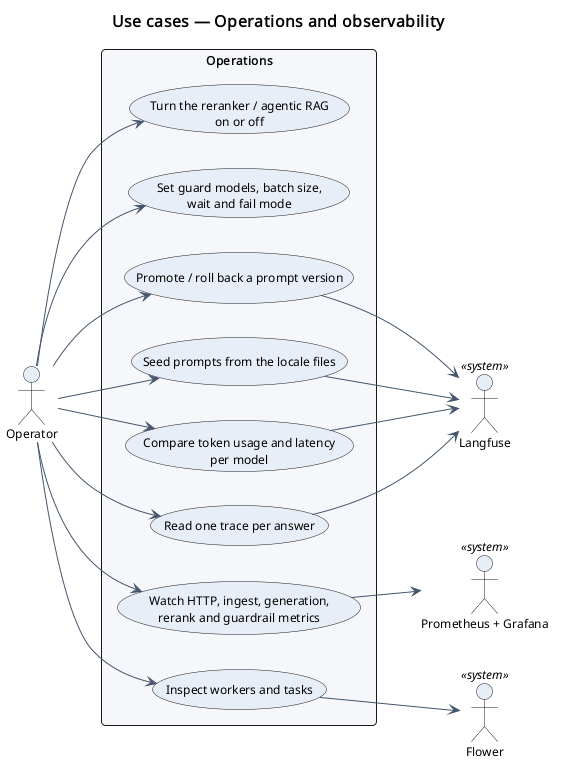
Before: software_engineering/2_use_case_diagrams/operations.png, a diagram exported from PlantUML (omarTBakr/notebookllm-minus). The source it was exported from:
```plantuml
@startuml
!include ../_style.iuml
left to right direction
title Use cases — Operations and observability

actor Operator as operator
actor "Langfuse" as langfuse <<system>>
actor "Prometheus + Grafana" as prom <<system>>
actor "Flower" as flower <<system>>

rectangle "Operations" {
  usecase "Read one trace per answer" as UC_trace
  usecase "Compare token usage and latency\nper model" as UC_cost
  usecase "Seed prompts from the locale files" as UC_seed
  usecase "Promote / roll back a prompt version" as UC_label
  usecase "Watch HTTP, ingest, generation,\nrerank and guardrail metrics" as UC_metrics
  usecase "Inspect workers and tasks" as UC_tasks
  usecase "Set guard models, batch size,\nwait and fail mode" as UC_guard
  usecase "Turn the reranker / agentic RAG\non or off" as UC_toggles
}

operator --> UC_trace
operator --> UC_cost
operator --> UC_seed
operator --> UC_label
operator --> UC_metrics
operator --> UC_tasks
operator --> UC_guard
operator --> UC_toggles

UC_trace --> langfuse
UC_cost --> langfuse
UC_seed --> langfuse
UC_label --> langfuse
UC_metrics --> prom
UC_tasks --> flower
@enduml
```
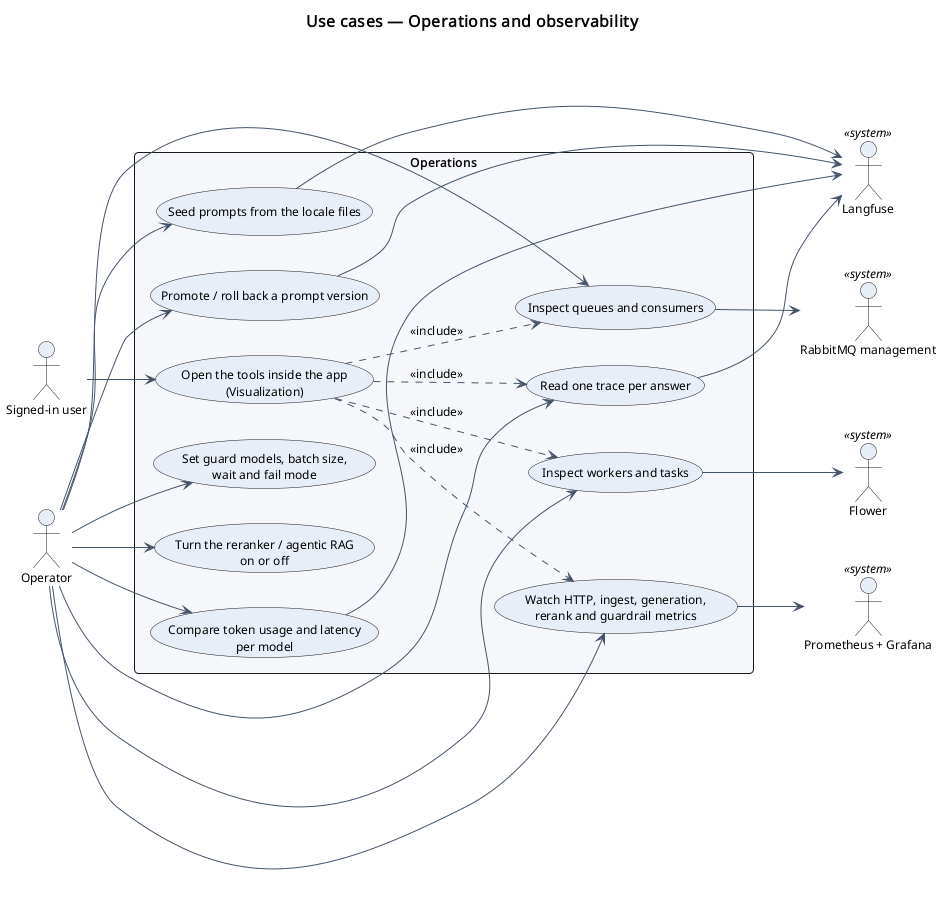
After the change.

Commit message:
Docs and UML: Visualization

The edit, as a diff of the source:
```diff
@@ -7,6 +7,8 @@
 actor "Langfuse" as langfuse <<system>>
 actor "Prometheus + Grafana" as prom <<system>>
 actor "Flower" as flower <<system>>
+actor "RabbitMQ management" as rabbit <<system>>
+actor "Signed-in user" as user
 
 rectangle "Operations" {
   usecase "Read one trace per answer" as UC_trace
@@ -15,6 +17,8 @@
   usecase "Promote / roll back a prompt version" as UC_label
   usecase "Watch HTTP, ingest, generation,\nrerank and guardrail metrics" as UC_metrics
   usecase "Inspect workers and tasks" as UC_tasks
+  usecase "Inspect queues and consumers" as UC_queues
+  usecase "Open the tools inside the app\n(Visualization)" as UC_viz
   usecase "Set guard models, batch size,\nwait and fail mode" as UC_guard
   usecase "Turn the reranker / agentic RAG\non or off" as UC_toggles
 }
@@ -34,4 +38,12 @@
 UC_label --> langfuse
 UC_metrics --> prom
 UC_tasks --> flower
+UC_queues --> rabbit
+
+user --> UC_viz
+operator --> UC_queues
+UC_viz ..> UC_metrics : <<include>>
+UC_viz ..> UC_trace : <<include>>
+UC_viz ..> UC_tasks : <<include>>
+UC_viz ..> UC_queues : <<include>>
 @enduml
```
